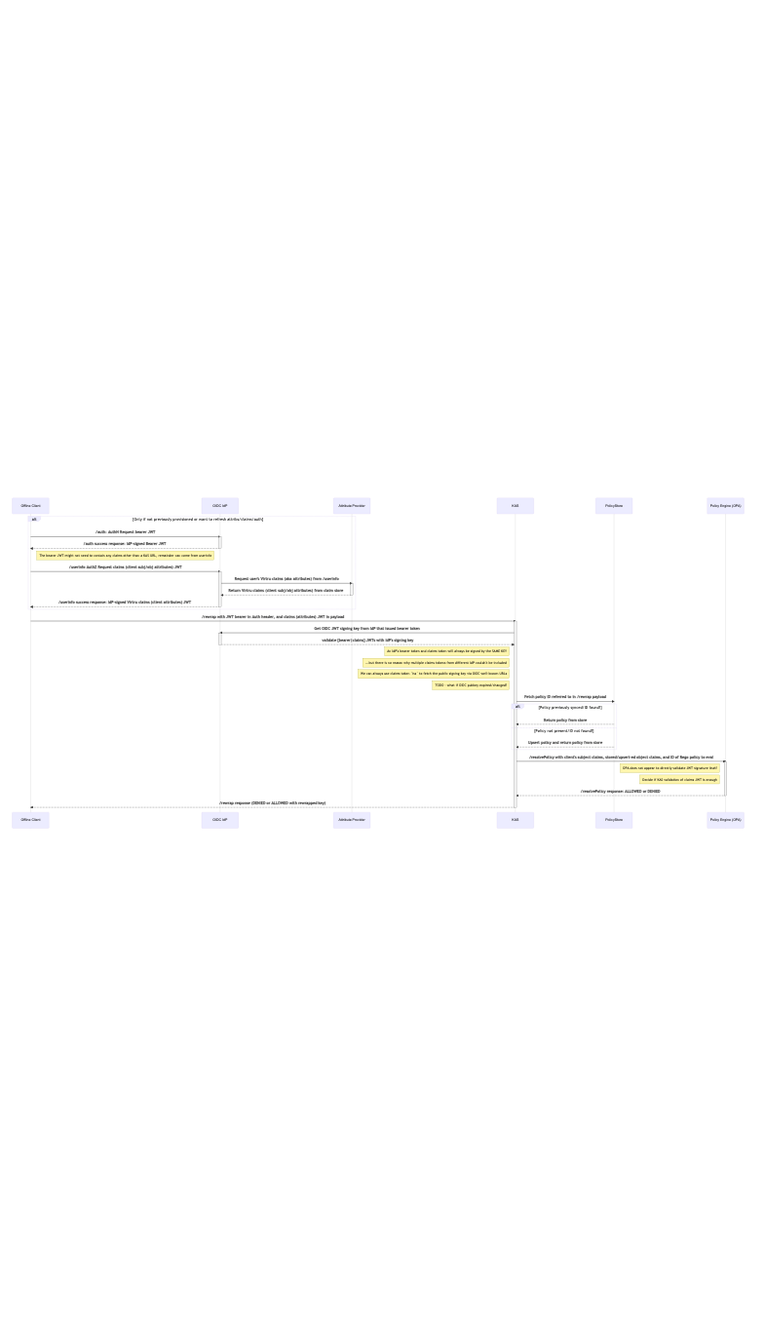
This is diagrams/oidc-offline-rewrap.png from opentdf/spec, a Mermaid export, as it was before one commit. Its source is kept beside it as diagrams/oidc-offline-rewrap.mmd.
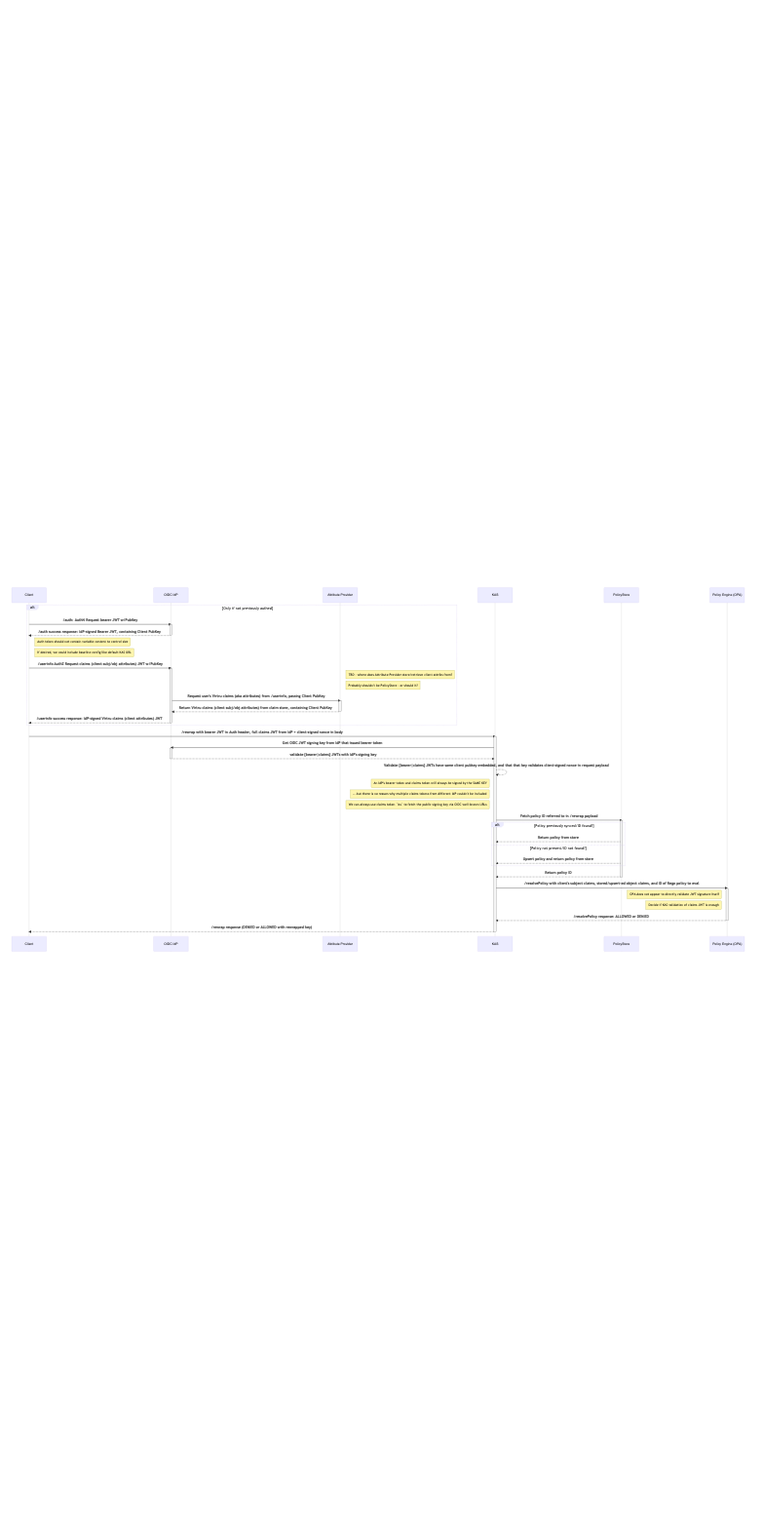
The same file after the commit.

Diff of the diagram source:
```diff
@@ -1,6 +1,6 @@
 sequenceDiagram
 
-    participant Client as Offline Client
+    participant Client
     participant IdP as OIDC IdP
     participant Attribute Provider
     participant KAS
@@ -8,29 +8,34 @@
     participant OPA as Policy Engine (OPA)
 
 
-    alt Only if not previously provisioned or want to refresh attribs/claims/auth
-        Client->>+IdP: /auth: AuthN Request bearer JWT
-        IdP-->>-Client: /auth success response: IdP-signed Bearer JWT
-        Note right of Client: The bearer JWT might not need to contain any claims other than a KAS URL, remainder can come from userinfo
+    alt Only if not previously authed
+        Client->>+IdP: /auth: AuthN Request bearer JWT w/PubKey
+        IdP-->>-Client: /auth success response: IdP-signed Bearer JWT, containing Client PubKey
+        Note right of Client: Auth token should not contain variable content to control size
+        Note right of Client: If desired, we could include baseline config like default KAS URL
 
-        Client->>+IdP: /userinfo AuthZ Request claims (client subj/obj attributes) JWT
-        IdP->>+Attribute Provider: Request user's Virtru claims (aka attributes) from /userinfo
-        Attribute Provider-->>-IdP: Return Virtru claims (client subj/obj attributes) from claim store
+        Client->>+IdP: /userinfo AuthZ Request claims (client subj/obj attributes) JWT w/PubKey
+        Note right of Attribute Provider: TBD - where does Attribute Provider store/retrieve client attribs from?
+        Note right of Attribute Provider: Probably shouldn't be PolicyStore - or should it?
+        IdP->>+Attribute Provider: Request user's Virtru claims (aka attributes) from /userinfo, passing Client PubKey
+
+        Attribute Provider-->>-IdP: Return Virtru claims (client subj/obj attributes) from claim store, containing Client PubKey
         IdP-->>-Client: /userinfo success response: IdP-signed Virtru claims (client attributes) JWT
     end
-    Client->>+KAS: /rewrap with JWT bearer in Auth header, and claims (attributes) JWT in payload
+    Client->>+KAS: /rewrap with bearer JWT in Auth header, full claims JWT from IdP + client-signed nonce in body
     KAS->>+IdP: Get OIDC JWT signing key from IdP that issued bearer token
     IdP-->>-KAS: validate {bearer|claims} JWTs with IdP's signing key
+    KAS-->>KAS: Validate {bearer|claims} JWTs have same client pubkey embedded, and that that key validates client-signed nonce in request payload
     Note left of KAS: An IdP's bearer token and claims token will always be signed by the SAME KEY
     Note left of KAS: ...but there is no reason why multiple claims tokens from different IdP couldn't be included
     Note left of KAS: We can always use claims token `iss` to fetch the public signing key via OIDC well-known URLs
-    Note left of KAS: TODO - what if OIDC pubkey expired/changed?
-    KAS->>PolicyStore: Fetch policy ID referred to in /rewrap payload
+    KAS->>+PolicyStore: Fetch policy ID referred to in /rewrap payload
     alt Policy previously synced/ID found?
         PolicyStore-->>KAS: Return policy from store
     else Policy not present/ID not found?
         PolicyStore-->>KAS: Upsert policy and return policy from store
     end
+    PolicyStore-->>-KAS: Return policy ID
     KAS->>+OPA: /resolvePolicy with client's subject claims, stored/upsert-ed object claims, and ID of Rego policy to eval
     Note left of OPA: OPA does not appear to directly validate JWT signature itself
     Note left of OPA: Decide if KAS validation of claims JWT is enough
```
